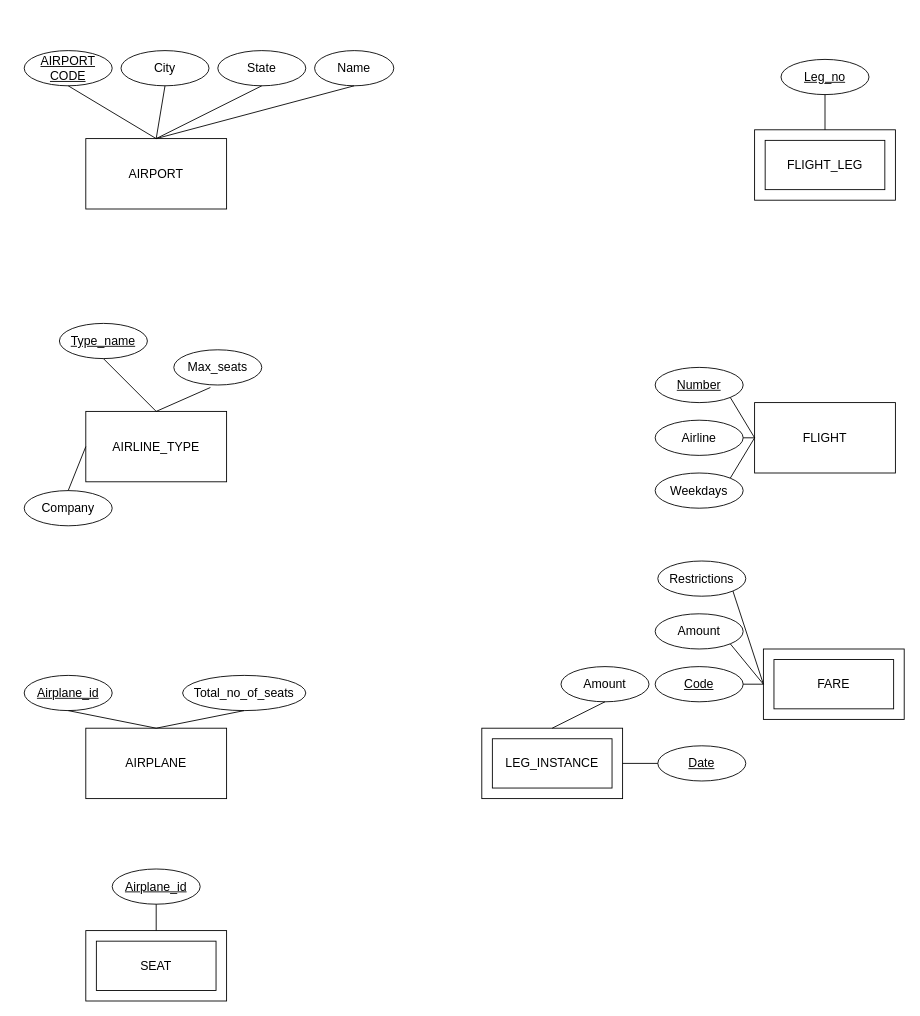
BENHAN94/DB_model keeps this draw.io diagram as Untitled Diagram.drawio. Above is the earlier version. Source tidied: cells renumbered, new cells numbered last; positions are measured from the earlier drawing's top-left corner, leaving out a move shared by most shapes. Both pictures are drawn from the tidied source at 88%, with x=0, y=0 at pixel (24, 50).
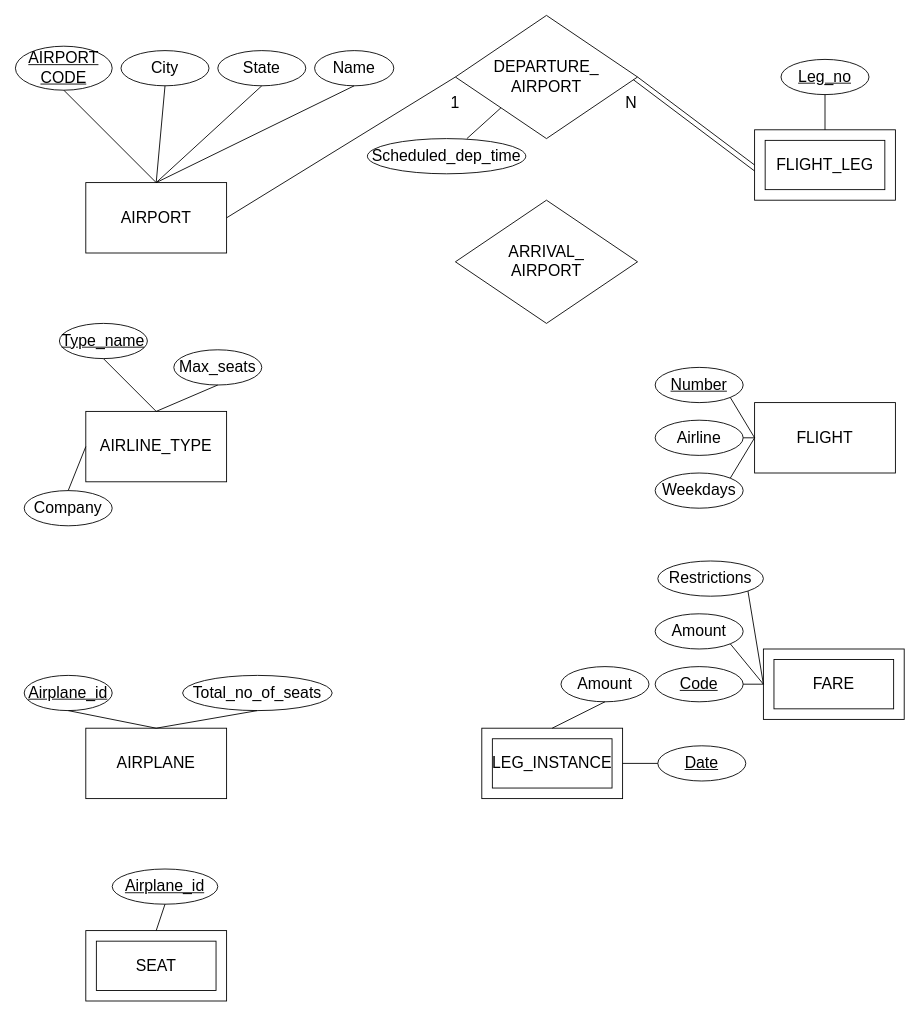
Above is the later version.

Diff of the diagram source:
```diff
@@
-    <mxCell id="2" value="AIRPORT" style="rounded=0;whiteSpace=wrap;html=1;perimeterSpacing=0;sketch=0;fontSize=14;" parent="1" vertex="1">
-      <mxGeometry x="70" y="100" width="160" height="80" as="geometry" />
+    <mxCell id="2" value="AIRPORT" style="rounded=0;whiteSpace=wrap;html=1;perimeterSpacing=0;sketch=0;fontSize=18;" parent="1" vertex="1">
+      <mxGeometry x="70" y="150" width="160" height="80" as="geometry" />
     </mxCell>
-    <mxCell id="3" value="FLIGHT_LEG" style="shape=ext;double=1;rounded=0;whiteSpace=wrap;html=1;glass=0;sketch=0;gradientColor=none;margin=10;fontSize=14;" parent="1" vertex="1">
+    <mxCell id="3" value="FLIGHT_LEG" style="shape=ext;double=1;rounded=0;whiteSpace=wrap;html=1;glass=0;sketch=0;gradientColor=none;margin=10;fontSize=18;" parent="1" vertex="1">
       <mxGeometry x="830" y="90" width="160" height="80" as="geometry" />
     </mxCell>
-    <mxCell id="4" value="AIRLINE_TYPE" style="rounded=0;whiteSpace=wrap;html=1;perimeterSpacing=0;sketch=0;fontSize=14;" parent="1" vertex="1">
+    <mxCell id="4" value="AIRLINE_TYPE" style="rounded=0;whiteSpace=wrap;html=1;perimeterSpacing=0;sketch=0;fontSize=18;" parent="1" vertex="1">
       <mxGeometry x="70" y="410" width="160" height="80" as="geometry" />
     </mxCell>
-    <mxCell id="5" value="AIRPLANE" style="rounded=0;whiteSpace=wrap;html=1;perimeterSpacing=0;sketch=0;fontSize=14;" parent="1" vertex="1">
+    <mxCell id="5" value="AIRPLANE" style="rounded=0;whiteSpace=wrap;html=1;perimeterSpacing=0;sketch=0;fontSize=18;" parent="1" vertex="1">
       <mxGeometry x="70" y="770" width="160" height="80" as="geometry" />
     </mxCell>
-    <mxCell id="6" value="FLIGHT" style="rounded=0;whiteSpace=wrap;html=1;perimeterSpacing=0;sketch=0;fontSize=14;" parent="1" vertex="1">
+    <mxCell id="6" value="FLIGHT" style="rounded=0;whiteSpace=wrap;html=1;perimeterSpacing=0;sketch=0;fontSize=18;" parent="1" vertex="1">
       <mxGeometry x="830" y="400" width="160" height="80" as="geometry" />
     </mxCell>
-    <mxCell id="7" value="SEAT" style="shape=ext;double=1;rounded=0;whiteSpace=wrap;html=1;glass=0;sketch=0;gradientColor=none;margin=10;fontSize=14;" parent="1" vertex="1">
+    <mxCell id="7" value="SEAT" style="shape=ext;double=1;rounded=0;whiteSpace=wrap;html=1;glass=0;sketch=0;gradientColor=none;margin=10;fontSize=18;" parent="1" vertex="1">
       <mxGeometry x="70" y="1000" width="160" height="80" as="geometry" />
     </mxCell>
-    <mxCell id="8" value="FARE" style="shape=ext;double=1;rounded=0;whiteSpace=wrap;html=1;glass=0;sketch=0;gradientColor=none;margin=10;fontSize=14;" parent="1" vertex="1">
+    <mxCell id="8" value="FARE" style="shape=ext;double=1;rounded=0;whiteSpace=wrap;html=1;glass=0;sketch=0;gradientColor=none;margin=10;fontSize=18;" parent="1" vertex="1">
       <mxGeometry x="840" y="680" width="160" height="80" as="geometry" />
     </mxCell>
-    <mxCell id="9" value="LEG_INSTANCE" style="shape=ext;double=1;rounded=0;whiteSpace=wrap;html=1;glass=0;sketch=0;gradientColor=none;margin=10;fontSize=14;" parent="1" vertex="1">
+    <mxCell id="9" value="LEG_INSTANCE" style="shape=ext;double=1;rounded=0;whiteSpace=wrap;html=1;glass=0;sketch=0;gradientColor=none;margin=10;fontSize=18;" parent="1" vertex="1">
       <mxGeometry x="520" y="770" width="160" height="80" as="geometry" />
     </mxCell>
-    <mxCell id="10" value="&lt;u style=&quot;font-size: 14px;&quot;&gt;AIRPORT CODE&lt;/u&gt;" style="ellipse;whiteSpace=wrap;html=1;rounded=0;glass=0;sketch=0;gradientColor=none;fontSize=14;" parent="1" vertex="1">
-      <mxGeometry width="100" height="40" as="geometry" />
+    <mxCell id="10" value="&lt;u style=&quot;font-size: 18px;&quot;&gt;AIRPORT CODE&lt;/u&gt;" style="ellipse;whiteSpace=wrap;html=1;rounded=0;glass=0;sketch=0;gradientColor=none;fontSize=18;" parent="1" vertex="1">
+      <mxGeometry x="-10" y="-5" width="110" height="50" as="geometry" />
     </mxCell>
-    <mxCell id="11" value="City" style="ellipse;whiteSpace=wrap;html=1;rounded=0;glass=0;sketch=0;gradientColor=none;fontSize=14;" parent="1" vertex="1">
+    <mxCell id="11" value="City" style="ellipse;whiteSpace=wrap;html=1;rounded=0;glass=0;sketch=0;gradientColor=none;fontSize=18;" parent="1" vertex="1">
       <mxGeometry x="110" width="100" height="40" as="geometry" />
     </mxCell>
-    <mxCell id="12" value="State" style="ellipse;whiteSpace=wrap;html=1;rounded=0;glass=0;sketch=0;gradientColor=none;fontSize=14;" parent="1" vertex="1">
+    <mxCell id="12" value="State" style="ellipse;whiteSpace=wrap;html=1;rounded=0;glass=0;sketch=0;gradientColor=none;fontSize=18;" parent="1" vertex="1">
       <mxGeometry x="220" width="100" height="40" as="geometry" />
     </mxCell>
-    <mxCell id="13" value="Name" style="ellipse;whiteSpace=wrap;html=1;rounded=0;glass=0;sketch=0;gradientColor=none;fontSize=14;" parent="1" vertex="1">
+    <mxCell id="13" value="Name" style="ellipse;whiteSpace=wrap;html=1;rounded=0;glass=0;sketch=0;gradientColor=none;fontSize=18;" parent="1" vertex="1">
       <mxGeometry x="330" width="90" height="40" as="geometry" />
     </mxCell>
-    <mxCell id="14" style="endArrow=none;html=1;exitX=0.5;exitY=0;exitDx=0;exitDy=0;entryX=0.5;entryY=1;entryDx=0;entryDy=0;fontSize=14;" parent="1" edge="1" source="2" target="10">
+    <mxCell id="14" style="endArrow=none;html=1;exitX=0.5;exitY=0;exitDx=0;exitDy=0;entryX=0.5;entryY=1;entryDx=0;entryDy=0;fontSize=18;" parent="1" edge="1" source="2" target="10">
       <mxGeometry relative="1" as="geometry" />
     </mxCell>
-    <mxCell id="15" style="endArrow=none;html=1;entryX=0.5;entryY=1;entryDx=0;entryDy=0;fontSize=14;" parent="1" edge="1" target="11">
-      <mxGeometry relative="1" as="geometry">
-        <mxPoint x="150" y="100" as="sourcePoint" />
-      </mxGeometry>
+    <mxCell id="15" style="endArrow=none;html=1;entryX=0.5;entryY=1;entryDx=0;entryDy=0;fontSize=18;exitX=0.5;exitY=0;exitDx=0;exitDy=0;" parent="1" edge="1" source="2" target="11">
+      <mxGeometry relative="1" as="geometry" />
     </mxCell>
-    <mxCell id="16" style="endArrow=none;html=1;entryX=0.5;entryY=1;entryDx=0;entryDy=0;fontSize=14;" parent="1" edge="1" target="12">
-      <mxGeometry relative="1" as="geometry">
-        <mxPoint x="150" y="100" as="sourcePoint" />
-      </mxGeometry>
+    <mxCell id="16" style="endArrow=none;html=1;entryX=0.5;entryY=1;entryDx=0;entryDy=0;fontSize=18;exitX=0.5;exitY=0;exitDx=0;exitDy=0;" parent="1" edge="1" source="2" target="12">
+      <mxGeometry relative="1" as="geometry" />
     </mxCell>
-    <mxCell id="17" style="endArrow=none;html=1;exitX=0.5;exitY=0;exitDx=0;exitDy=0;entryX=0.5;entryY=1;entryDx=0;entryDy=0;fontSize=14;" parent="1" edge="1" source="2" target="13">
+    <mxCell id="17" style="endArrow=none;html=1;exitX=0.5;exitY=0;exitDx=0;exitDy=0;entryX=0.5;entryY=1;entryDx=0;entryDy=0;fontSize=18;" parent="1" edge="1" source="2" target="13">
       <mxGeometry relative="1" as="geometry" />
     </mxCell>
-    <mxCell id="18" value="&lt;u style=&quot;font-size: 14px;&quot;&gt;Type_name&lt;/u&gt;" style="ellipse;whiteSpace=wrap;html=1;rounded=0;glass=0;sketch=0;gradientColor=none;fontSize=14;" parent="1" vertex="1">
+    <mxCell id="18" value="&lt;u style=&quot;font-size: 18px;&quot;&gt;Type_name&lt;/u&gt;" style="ellipse;whiteSpace=wrap;html=1;rounded=0;glass=0;sketch=0;gradientColor=none;fontSize=18;" parent="1" vertex="1">
       <mxGeometry x="40" y="310" width="100" height="40" as="geometry" />
     </mxCell>
-    <mxCell id="19" value="Max_seats" style="ellipse;whiteSpace=wrap;html=1;rounded=0;glass=0;sketch=0;gradientColor=none;fontSize=14;" parent="1" vertex="1">
+    <mxCell id="19" value="Max_seats" style="ellipse;whiteSpace=wrap;html=1;rounded=0;glass=0;sketch=0;gradientColor=none;fontSize=18;" parent="1" vertex="1">
       <mxGeometry x="170" y="340" width="100" height="40" as="geometry" />
     </mxCell>
-    <mxCell id="20" value="Company" style="ellipse;whiteSpace=wrap;html=1;rounded=0;glass=0;sketch=0;gradientColor=none;fontSize=14;" parent="1" vertex="1">
+    <mxCell id="20" value="Company" style="ellipse;whiteSpace=wrap;html=1;rounded=0;glass=0;sketch=0;gradientColor=none;fontSize=18;" parent="1" vertex="1">
       <mxGeometry y="500" width="100" height="40" as="geometry" />
     </mxCell>
-    <mxCell id="21" style="endArrow=none;html=1;exitX=0;exitY=0.5;exitDx=0;exitDy=0;entryX=0.5;entryY=0;entryDx=0;entryDy=0;fontSize=14;" parent="1" edge="1" source="4" target="20">
+    <mxCell id="21" style="endArrow=none;html=1;exitX=0;exitY=0.5;exitDx=0;exitDy=0;entryX=0.5;entryY=0;entryDx=0;entryDy=0;fontSize=18;" parent="1" edge="1" source="4" target="20">
       <mxGeometry relative="1" as="geometry" />
     </mxCell>
-    <mxCell id="22" style="endArrow=none;html=1;entryX=0.5;entryY=1;entryDx=0;entryDy=0;exitX=0.5;exitY=0;exitDx=0;exitDy=0;fontSize=14;" parent="1" edge="1" source="4" target="18">
+    <mxCell id="22" style="endArrow=none;html=1;entryX=0.5;entryY=1;entryDx=0;entryDy=0;exitX=0.5;exitY=0;exitDx=0;exitDy=0;fontSize=18;" parent="1" edge="1" source="4" target="18">
       <mxGeometry relative="1" as="geometry" />
     </mxCell>
-    <mxCell id="23" style="endArrow=none;html=1;entryX=0.416;entryY=1.071;entryDx=0;entryDy=0;entryPerimeter=0;fontSize=14;" parent="1" edge="1" target="19">
+    <mxCell id="23" style="endArrow=none;html=1;fontSize=18;entryX=0.5;entryY=1;entryDx=0;entryDy=0;" parent="1" edge="1" target="19">
       <mxGeometry relative="1" as="geometry">
         <mxPoint x="150" y="410" as="sourcePoint" />
       </mxGeometry>
     </mxCell>
-    <mxCell id="24" value="&lt;u style=&quot;font-size: 14px;&quot;&gt;Airplane_id&lt;/u&gt;" style="ellipse;whiteSpace=wrap;html=1;rounded=0;glass=0;sketch=0;gradientColor=none;fontSize=14;" parent="1" vertex="1">
+    <mxCell id="24" value="&lt;u style=&quot;font-size: 18px;&quot;&gt;Airplane_id&lt;/u&gt;" style="ellipse;whiteSpace=wrap;html=1;rounded=0;glass=0;sketch=0;gradientColor=none;fontSize=18;" parent="1" vertex="1">
       <mxGeometry y="710" width="100" height="40" as="geometry" />
     </mxCell>
-    <mxCell id="25" value="Total_no_of_seats" style="ellipse;whiteSpace=wrap;html=1;rounded=0;glass=0;sketch=0;gradientColor=none;fontSize=14;" parent="1" vertex="1">
-      <mxGeometry x="180" y="710" width="140" height="40" as="geometry" />
+    <mxCell id="25" value="Total_no_of_seats" style="ellipse;whiteSpace=wrap;html=1;rounded=0;glass=0;sketch=0;gradientColor=none;fontSize=18;" parent="1" vertex="1">
+      <mxGeometry x="180" y="710" width="170" height="40" as="geometry" />
     </mxCell>
-    <mxCell id="26" style="endArrow=none;html=1;exitX=0.5;exitY=0;exitDx=0;exitDy=0;entryX=0.5;entryY=1;entryDx=0;entryDy=0;fontSize=14;" parent="1" edge="1" source="5" target="24">
+    <mxCell id="26" style="endArrow=none;html=1;exitX=0.5;exitY=0;exitDx=0;exitDy=0;entryX=0.5;entryY=1;entryDx=0;entryDy=0;fontSize=18;" parent="1" edge="1" source="5" target="24">
       <mxGeometry relative="1" as="geometry" />
     </mxCell>
-    <mxCell id="27" style="endArrow=none;html=1;exitX=0.5;exitY=1;exitDx=0;exitDy=0;entryX=0.5;entryY=0;entryDx=0;entryDy=0;fontSize=14;" parent="1" edge="1" source="25" target="5">
+    <mxCell id="27" style="endArrow=none;html=1;exitX=0.5;exitY=1;exitDx=0;exitDy=0;entryX=0.5;entryY=0;entryDx=0;entryDy=0;fontSize=18;" parent="1" edge="1" source="25" target="5">
       <mxGeometry relative="1" as="geometry" />
     </mxCell>
-    <mxCell id="28" value="&lt;u style=&quot;font-size: 14px;&quot;&gt;Airplane_id&lt;/u&gt;" style="ellipse;whiteSpace=wrap;html=1;rounded=0;glass=0;sketch=0;gradientColor=none;fontSize=14;" parent="1" vertex="1">
-      <mxGeometry x="100" y="930" width="100" height="40" as="geometry" />
+    <mxCell id="28" value="&lt;u style=&quot;font-size: 18px;&quot;&gt;Airplane_id&lt;/u&gt;" style="ellipse;whiteSpace=wrap;html=1;rounded=0;glass=0;sketch=0;gradientColor=none;fontSize=18;" parent="1" vertex="1">
+      <mxGeometry x="100" y="930" width="120" height="40" as="geometry" />
     </mxCell>
-    <mxCell id="29" style="endArrow=none;html=1;exitX=0.5;exitY=0;exitDx=0;exitDy=0;entryX=0.5;entryY=1;entryDx=0;entryDy=0;fontSize=14;" parent="1" edge="1" source="7" target="28">
+    <mxCell id="29" style="endArrow=none;html=1;exitX=0.5;exitY=0;exitDx=0;exitDy=0;entryX=0.5;entryY=1;entryDx=0;entryDy=0;fontSize=18;" parent="1" edge="1" source="7" target="28">
       <mxGeometry relative="1" as="geometry" />
     </mxCell>
-    <mxCell id="30" value="&lt;u style=&quot;font-size: 14px;&quot;&gt;Leg_no&lt;/u&gt;" style="ellipse;whiteSpace=wrap;html=1;rounded=0;glass=0;sketch=0;gradientColor=none;fontSize=14;" parent="1" vertex="1">
+    <mxCell id="30" value="&lt;u style=&quot;font-size: 18px;&quot;&gt;Leg_no&lt;/u&gt;" style="ellipse;whiteSpace=wrap;html=1;rounded=0;glass=0;sketch=0;gradientColor=none;fontSize=18;" parent="1" vertex="1">
       <mxGeometry x="860" y="10" width="100" height="40" as="geometry" />
     </mxCell>
-    <mxCell id="31" style="endArrow=none;html=1;entryX=0.5;entryY=1;entryDx=0;entryDy=0;exitX=0.5;exitY=0;exitDx=0;exitDy=0;fontSize=14;" parent="1" edge="1" source="3" target="30">
+    <mxCell id="31" style="endArrow=none;html=1;entryX=0.5;entryY=1;entryDx=0;entryDy=0;exitX=0.5;exitY=0;exitDx=0;exitDy=0;fontSize=18;" parent="1" edge="1" source="3" target="30">
       <mxGeometry relative="1" as="geometry" />
     </mxCell>
-    <mxCell id="32" value="&lt;u style=&quot;font-size: 14px;&quot;&gt;&lt;font style=&quot;font-size: 14px&quot;&gt;Number&lt;/font&gt;&lt;/u&gt;" style="ellipse;whiteSpace=wrap;html=1;rounded=0;glass=0;sketch=0;gradientColor=none;fontSize=14;" parent="1" vertex="1">
+    <mxCell id="32" value="&lt;u style=&quot;font-size: 18px;&quot;&gt;&lt;font style=&quot;font-size: 18px;&quot;&gt;Number&lt;/font&gt;&lt;/u&gt;" style="ellipse;whiteSpace=wrap;html=1;rounded=0;glass=0;sketch=0;gradientColor=none;fontSize=18;" parent="1" vertex="1">
       <mxGeometry x="717" y="360" width="100" height="40" as="geometry" />
     </mxCell>
-    <mxCell id="33" value="Airline" style="ellipse;whiteSpace=wrap;html=1;rounded=0;glass=0;sketch=0;gradientColor=none;fontSize=14;" parent="1" vertex="1">
+    <mxCell id="33" value="Airline" style="ellipse;whiteSpace=wrap;html=1;rounded=0;glass=0;sketch=0;gradientColor=none;fontSize=18;" parent="1" vertex="1">
       <mxGeometry x="717" y="420" width="100" height="40" as="geometry" />
     </mxCell>
-    <mxCell id="34" value="Weekdays" style="ellipse;whiteSpace=wrap;html=1;rounded=0;glass=0;sketch=0;gradientColor=none;fontSize=14;" parent="1" vertex="1">
+    <mxCell id="34" value="Weekdays" style="ellipse;whiteSpace=wrap;html=1;rounded=0;glass=0;sketch=0;gradientColor=none;fontSize=18;" parent="1" vertex="1">
       <mxGeometry x="717" y="480" width="100" height="40" as="geometry" />
     </mxCell>
-    <mxCell id="35" value="&lt;u style=&quot;font-size: 14px;&quot;&gt;Code&lt;/u&gt;" style="ellipse;whiteSpace=wrap;html=1;rounded=0;glass=0;sketch=0;gradientColor=none;fontSize=14;" parent="1" vertex="1">
+    <mxCell id="35" value="&lt;u style=&quot;font-size: 18px;&quot;&gt;Code&lt;/u&gt;" style="ellipse;whiteSpace=wrap;html=1;rounded=0;glass=0;sketch=0;gradientColor=none;fontSize=18;" parent="1" vertex="1">
       <mxGeometry x="717" y="700" width="100" height="40" as="geometry" />
     </mxCell>
-    <mxCell id="36" value="Restrictions" style="ellipse;whiteSpace=wrap;html=1;rounded=0;glass=0;sketch=0;gradientColor=none;fontSize=14;" parent="1" vertex="1">
-      <mxGeometry x="720" y="580" width="100" height="40" as="geometry" />
+    <mxCell id="36" value="Restrictions" style="ellipse;whiteSpace=wrap;html=1;rounded=0;glass=0;sketch=0;gradientColor=none;fontSize=18;" parent="1" vertex="1">
+      <mxGeometry x="720" y="580" width="120" height="40" as="geometry" />
     </mxCell>
-    <mxCell id="37" value="Amount" style="ellipse;whiteSpace=wrap;html=1;rounded=0;glass=0;sketch=0;gradientColor=none;fontSize=14;" parent="1" vertex="1">
+    <mxCell id="37" value="Amount" style="ellipse;whiteSpace=wrap;html=1;rounded=0;glass=0;sketch=0;gradientColor=none;fontSize=18;" parent="1" vertex="1">
       <mxGeometry x="717" y="640" width="100" height="40" as="geometry" />
     </mxCell>
-    <mxCell id="38" style="endArrow=none;html=1;entryX=1;entryY=1;entryDx=0;entryDy=0;exitX=0;exitY=0.5;exitDx=0;exitDy=0;fontSize=14;" parent="1" edge="1" source="6" target="32">
+    <mxCell id="38" style="endArrow=none;html=1;entryX=1;entryY=1;entryDx=0;entryDy=0;exitX=0;exitY=0.5;exitDx=0;exitDy=0;fontSize=18;" parent="1" edge="1" source="6" target="32">
       <mxGeometry relative="1" as="geometry" />
     </mxCell>
-    <mxCell id="39" style="endArrow=none;html=1;entryX=1;entryY=0.5;entryDx=0;entryDy=0;fontSize=14;" parent="1" edge="1" target="33">
+    <mxCell id="39" style="endArrow=none;html=1;entryX=1;entryY=0.5;entryDx=0;entryDy=0;fontSize=18;" parent="1" edge="1" target="33">
       <mxGeometry relative="1" as="geometry">
         <mxPoint x="830" y="440" as="sourcePoint" />
       </mxGeometry>
     </mxCell>
-    <mxCell id="40" style="endArrow=none;html=1;entryX=1;entryY=0;entryDx=0;entryDy=0;fontSize=14;" parent="1" edge="1" target="34">
+    <mxCell id="40" style="endArrow=none;html=1;entryX=1;entryY=0;entryDx=0;entryDy=0;fontSize=18;" parent="1" edge="1" target="34">
       <mxGeometry relative="1" as="geometry">
         <mxPoint x="830" y="440" as="sourcePoint" />
       </mxGeometry>
     </mxCell>
-    <mxCell id="41" value="Amount" style="ellipse;whiteSpace=wrap;html=1;rounded=0;glass=0;sketch=0;gradientColor=none;fontSize=14;" parent="1" vertex="1">
+    <mxCell id="41" value="Amount" style="ellipse;whiteSpace=wrap;html=1;rounded=0;glass=0;sketch=0;gradientColor=none;fontSize=18;" parent="1" vertex="1">
       <mxGeometry x="610" y="700" width="100" height="40" as="geometry" />
     </mxCell>
-    <mxCell id="42" value="&lt;u&gt;Date&lt;/u&gt;" style="ellipse;whiteSpace=wrap;html=1;rounded=0;glass=0;sketch=0;gradientColor=none;fontSize=14;" parent="1" vertex="1">
+    <mxCell id="42" value="&lt;u style=&quot;font-size: 18px;&quot;&gt;Date&lt;/u&gt;" style="ellipse;whiteSpace=wrap;html=1;rounded=0;glass=0;sketch=0;gradientColor=none;fontSize=18;" parent="1" vertex="1">
       <mxGeometry x="720" y="790" width="100" height="40" as="geometry" />
     </mxCell>
-    <mxCell id="43" style="endArrow=none;html=1;entryX=1;entryY=1;entryDx=0;entryDy=0;fontSize=14;exitX=0;exitY=0.5;exitDx=0;exitDy=0;" parent="1" edge="1" source="8" target="36">
+    <mxCell id="43" style="endArrow=none;html=1;entryX=1;entryY=1;entryDx=0;entryDy=0;fontSize=18;exitX=0;exitY=0.5;exitDx=0;exitDy=0;" parent="1" edge="1" source="8" target="36">
       <mxGeometry relative="1" as="geometry" />
     </mxCell>
-    <mxCell id="44" style="endArrow=none;html=1;entryX=1;entryY=1;entryDx=0;entryDy=0;fontSize=14;" parent="1" edge="1" target="37">
+    <mxCell id="44" style="endArrow=none;html=1;entryX=1;entryY=1;entryDx=0;entryDy=0;fontSize=18;" parent="1" edge="1" target="37">
       <mxGeometry relative="1" as="geometry">
         <mxPoint x="840" y="720" as="sourcePoint" />
       </mxGeometry>
     </mxCell>
-    <mxCell id="45" style="endArrow=none;html=1;fontSize=14;" parent="1" edge="1" target="35">
+    <mxCell id="45" style="endArrow=none;html=1;fontSize=18;" parent="1" edge="1" target="35">
       <mxGeometry relative="1" as="geometry">
         <mxPoint x="840" y="720" as="sourcePoint" />
       </mxGeometry>
     </mxCell>
-    <mxCell id="46" style="endArrow=none;html=1;entryX=0;entryY=0.5;entryDx=0;entryDy=0;fontSize=14;exitX=1;exitY=0.5;exitDx=0;exitDy=0;" parent="1" edge="1" source="9" target="42">
+    <mxCell id="46" style="endArrow=none;html=1;entryX=0;entryY=0.5;entryDx=0;entryDy=0;fontSize=18;exitX=1;exitY=0.5;exitDx=0;exitDy=0;" parent="1" edge="1" source="9" target="42">
       <mxGeometry relative="1" as="geometry" />
     </mxCell>
-    <mxCell id="47" style="endArrow=none;html=1;entryX=0.5;entryY=0;entryDx=0;entryDy=0;fontSize=14;exitX=0.5;exitY=1;exitDx=0;exitDy=0;" parent="1" edge="1" source="41" target="9">
+    <mxCell id="47" style="endArrow=none;html=1;entryX=0.5;entryY=0;entryDx=0;entryDy=0;fontSize=18;exitX=0.5;exitY=1;exitDx=0;exitDy=0;" parent="1" edge="1" source="41" target="9">
       <mxGeometry relative="1" as="geometry" />
     </mxCell>
+    <mxCell id="48" value="&lt;font style=&quot;font-size: 18px&quot;&gt;DEPARTURE_&lt;br style=&quot;font-size: 18px;&quot;&gt;AIRPORT&lt;/font&gt;" style="rhombus;whiteSpace=wrap;html=1;rounded=0;glass=0;sketch=0;gradientColor=none;fontSize=18;" parent="1" vertex="1">
+      <mxGeometry x="490" y="-40" width="207" height="140" as="geometry" />
+    </mxCell>
+    <mxCell id="49" style="endArrow=none;html=1;fontSize=18;entryX=0;entryY=0.5;entryDx=0;entryDy=0;exitX=1;exitY=0.5;exitDx=0;exitDy=0;" parent="1" edge="1" source="2" target="48">
+      <mxGeometry relative="1" as="geometry" />
+    </mxCell>
+    <mxCell id="50" value="1" style="text;html=1;strokeColor=none;fillColor=none;align=center;verticalAlign=middle;whiteSpace=wrap;rounded=0;glass=0;sketch=0;fontSize=18;" parent="1" vertex="1">
+      <mxGeometry x="470" y="50" width="40" height="20" as="geometry" />
+    </mxCell>
+    <mxCell id="51" style="endArrow=none;html=1;fontSize=18;exitX=1;exitY=0.5;exitDx=0;exitDy=0;entryX=0;entryY=0.5;entryDx=0;entryDy=0;" parent="1" edge="1" source="48" target="3">
+      <mxGeometry relative="1" as="geometry" />
+    </mxCell>
+    <mxCell id="52" style="endArrow=none;html=1;fontSize=18;exitX=0.977;exitY=0.522;exitDx=0;exitDy=0;exitPerimeter=0;entryX=-0.001;entryY=0.584;entryDx=0;entryDy=0;entryPerimeter=0;" parent="1" edge="1" source="48" target="3">
+      <mxGeometry relative="1" as="geometry" />
+    </mxCell>
+    <mxCell id="53" value="N" style="text;html=1;strokeColor=none;fillColor=none;align=center;verticalAlign=middle;whiteSpace=wrap;rounded=0;glass=0;sketch=0;fontSize=18;" parent="1" vertex="1">
+      <mxGeometry x="670" y="50" width="40" height="20" as="geometry" />
+    </mxCell>
+    <mxCell id="54" value="Scheduled_dep_time" style="ellipse;whiteSpace=wrap;html=1;rounded=0;glass=0;sketch=0;gradientColor=none;fontSize=18;" parent="1" vertex="1">
+      <mxGeometry x="390" y="100" width="180" height="40" as="geometry" />
+    </mxCell>
+    <mxCell id="55" style="endArrow=none;html=1;exitX=0.628;exitY=0;exitDx=0;exitDy=0;entryX=0;entryY=1;entryDx=0;entryDy=0;fontSize=18;exitPerimeter=0;" parent="1" edge="1" source="54" target="48">
+      <mxGeometry relative="1" as="geometry" />
+    </mxCell>
+    <mxCell id="56" value="ARRIVAL_&lt;br&gt;AIRPORT" style="rhombus;whiteSpace=wrap;html=1;rounded=0;glass=0;sketch=0;gradientColor=none;fontSize=18;" parent="1" vertex="1">
+      <mxGeometry x="490" y="170" width="207" height="140" as="geometry" />
+    </mxCell>
```
